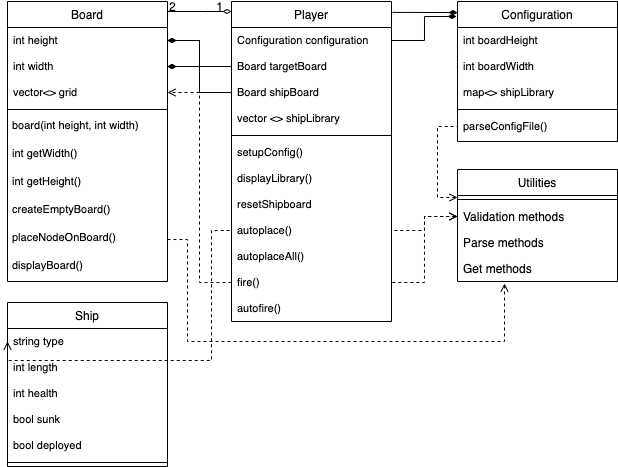
Before: img/uml.png, a diagram exported from draw.io (hada0/warships). Source tidied: cells renumbered, new cells last; positions are measured from the earlier drawing's top-left corner, leaving out a move shared by most shapes. Source of this version:
```xml
<mxGraphModel>
  <root>
    <mxCell id="0" />
    <mxCell id="1" parent="0" />
    <mxCell id="2" value="Board" style="swimlane;fontStyle=0;align=center;verticalAlign=top;horizontal=1;startSize=26;rounded=0;shadow=0;strokeWidth=1;" parent="1" vertex="1">
      <mxGeometry width="160" height="280" as="geometry" />
    </mxCell>
    <mxCell id="3" value="int height" style="text;align=left;verticalAlign=top;spacingLeft=4;spacingRight=4;overflow=hidden;points=[[0,0.5],[1,0.5]];portConstraint=eastwest;fontSize=11;" parent="2" vertex="1">
      <mxGeometry y="26" width="160" height="26" as="geometry" />
    </mxCell>
    <mxCell id="4" value="int width" style="text;align=left;verticalAlign=top;spacingLeft=4;spacingRight=4;overflow=hidden;points=[[0,0.5],[1,0.5]];portConstraint=eastwest;rounded=0;shadow=0;html=0;fontSize=11;" parent="2" vertex="1">
      <mxGeometry y="52" width="160" height="26" as="geometry" />
    </mxCell>
    <mxCell id="5" value="vector&lt;&gt; grid" style="text;align=left;verticalAlign=top;spacingLeft=4;spacingRight=4;overflow=hidden;points=[[0,0.5],[1,0.5]];portConstraint=eastwest;rounded=0;shadow=0;html=0;fontSize=11;" parent="2" vertex="1">
      <mxGeometry y="78" width="160" height="26" as="geometry" />
    </mxCell>
    <mxCell id="6" style="line;html=1;strokeWidth=1;align=left;verticalAlign=middle;spacingTop=-1;spacingLeft=3;spacingRight=3;labelPosition=right;" parent="2" vertex="1">
      <mxGeometry y="104" width="160" height="8" as="geometry" />
    </mxCell>
    <mxCell id="7" value="board(int height, int width)&#10;" style="text;align=left;verticalAlign=top;spacingLeft=4;spacingRight=4;overflow=hidden;spacing=1;fontSize=11;" parent="2" vertex="1">
      <mxGeometry y="112" width="160" height="28" as="geometry" />
    </mxCell>
    <mxCell id="8" value="int getWidth()" style="text;align=left;verticalAlign=top;spacingLeft=4;spacingRight=4;overflow=hidden;spacing=1;fontSize=11;" parent="2" vertex="1">
      <mxGeometry y="140" width="160" height="28" as="geometry" />
    </mxCell>
    <mxCell id="9" value="int getHeight()" style="text;align=left;verticalAlign=top;spacingLeft=4;spacingRight=4;overflow=hidden;spacing=1;fontSize=11;" parent="2" vertex="1">
      <mxGeometry y="168" width="160" height="28" as="geometry" />
    </mxCell>
    <mxCell id="10" value="createEmptyBoard()" style="text;align=left;verticalAlign=top;spacingLeft=4;spacingRight=4;overflow=hidden;spacing=1;fontSize=11;" parent="2" vertex="1">
      <mxGeometry y="196" width="160" height="28" as="geometry" />
    </mxCell>
    <mxCell id="11" value="placeNodeOnBoard()" style="text;align=left;verticalAlign=top;spacingLeft=4;spacingRight=4;overflow=hidden;points=[[0,0.5],[1,0.5]];portConstraint=eastwest;spacing=1;fontSize=11;" parent="2" vertex="1">
      <mxGeometry y="224" width="160" height="28" as="geometry" />
    </mxCell>
    <mxCell id="12" value="displayBoard()" style="text;align=left;verticalAlign=top;spacingLeft=4;spacingRight=4;overflow=hidden;spacing=1;fontSize=11;" parent="2" vertex="1">
      <mxGeometry y="252" width="160" height="28" as="geometry" />
    </mxCell>
    <mxCell id="13" style="edgeStyle=orthogonalEdgeStyle;rounded=0;jettySize=auto;html=1;exitX=0;exitY=0.25;exitDx=0;exitDy=0;entryX=0;entryY=0.5;entryDx=0;entryDy=0;endArrow=none;endFill=0;fontSize=11;startArrow=open;startFill=0;dashed=1;" parent="1" edge="1" source="14" target="40">
      <mxGeometry relative="1" as="geometry" />
    </mxCell>
    <mxCell id="14" value="Utilities" style="swimlane;fontStyle=0;align=center;verticalAlign=top;horizontal=1;startSize=26;rounded=0;shadow=0;strokeWidth=1;" parent="1" vertex="1">
      <mxGeometry x="450" y="168" width="160" height="112" as="geometry" />
    </mxCell>
    <mxCell id="15" style="line;html=1;strokeWidth=1;align=left;verticalAlign=middle;spacingTop=-1;spacingLeft=3;spacingRight=3;labelPosition=right;" parent="14" vertex="1">
      <mxGeometry y="26" width="160" height="8" as="geometry" />
    </mxCell>
    <mxCell id="16" value="Validation methods" style="text;align=left;verticalAlign=top;spacingLeft=4;spacingRight=4;overflow=hidden;points=[[0,0.5],[1,0.5]];portConstraint=eastwest;fontStyle=0;" parent="14" vertex="1">
      <mxGeometry y="34" width="160" height="26" as="geometry" />
    </mxCell>
    <mxCell id="17" value="Parse methods&#10;" style="text;align=left;verticalAlign=top;spacingLeft=4;spacingRight=4;overflow=hidden;" parent="14" vertex="1">
      <mxGeometry y="60" width="160" height="26" as="geometry" />
    </mxCell>
    <mxCell id="18" value="Get methods" style="text;align=left;verticalAlign=top;spacingLeft=4;spacingRight=4;overflow=hidden;points=[[0,0.5],[1,0.5]];portConstraint=eastwest;" parent="14" vertex="1">
      <mxGeometry y="86" width="160" height="26" as="geometry" />
    </mxCell>
    <mxCell id="19" value="Player" style="swimlane;fontStyle=0;align=center;verticalAlign=top;horizontal=1;startSize=26;rounded=0;shadow=0;strokeWidth=1;" parent="1" vertex="1">
      <mxGeometry x="224" width="160" height="320" as="geometry" />
    </mxCell>
    <mxCell id="20" value="Configuration configuration" style="text;align=left;verticalAlign=top;spacingLeft=4;spacingRight=4;overflow=hidden;points=[[0,0.5],[1,0.5]];portConstraint=eastwest;fontSize=11;" parent="19" vertex="1">
      <mxGeometry y="26" width="160" height="26" as="geometry" />
    </mxCell>
    <mxCell id="21" value="Board targetBoard" style="text;align=left;verticalAlign=top;spacingLeft=4;spacingRight=4;overflow=hidden;points=[[0,0.5],[1,0.5]];portConstraint=eastwest;rounded=0;shadow=0;html=0;fontSize=11;" parent="19" vertex="1">
      <mxGeometry y="52" width="160" height="26" as="geometry" />
    </mxCell>
    <mxCell id="22" value="Board shipBoard&#10;" style="text;align=left;verticalAlign=top;spacingLeft=4;spacingRight=4;overflow=hidden;points=[[0,0.5],[1,0.5]];portConstraint=eastwest;rounded=0;shadow=0;html=0;fontSize=11;" parent="19" vertex="1">
      <mxGeometry y="78" width="160" height="26" as="geometry" />
    </mxCell>
    <mxCell id="23" value="vector &lt;&gt; shipLibrary" style="text;align=left;verticalAlign=top;spacingLeft=4;spacingRight=4;overflow=hidden;rounded=0;shadow=0;html=0;fontSize=11;" parent="19" vertex="1">
      <mxGeometry y="104" width="160" height="26" as="geometry" />
    </mxCell>
    <mxCell id="24" style="line;html=1;strokeWidth=1;align=left;verticalAlign=middle;spacingTop=-1;spacingLeft=3;spacingRight=3;labelPosition=right;" parent="19" vertex="1">
      <mxGeometry y="130" width="160" height="8" as="geometry" />
    </mxCell>
    <mxCell id="25" value="setupConfig()" style="text;align=left;verticalAlign=top;spacingLeft=4;spacingRight=4;overflow=hidden;fontSize=11;" parent="19" vertex="1">
      <mxGeometry y="138" width="160" height="26" as="geometry" />
    </mxCell>
    <mxCell id="26" value="displayLibrary()" style="text;align=left;verticalAlign=top;spacingLeft=4;spacingRight=4;overflow=hidden;fontSize=11;" parent="19" vertex="1">
      <mxGeometry y="164" width="160" height="26" as="geometry" />
    </mxCell>
    <mxCell id="27" value="resetShipboard" style="text;align=left;verticalAlign=top;spacingLeft=4;spacingRight=4;overflow=hidden;fontSize=11;" parent="19" vertex="1">
      <mxGeometry y="190" width="160" height="26" as="geometry" />
    </mxCell>
    <mxCell id="28" value="autoplace()" style="text;align=left;verticalAlign=top;spacingLeft=4;spacingRight=4;overflow=hidden;points=[[0,0.5],[1,0.5]];portConstraint=eastwest;fontSize=11;" parent="19" vertex="1">
      <mxGeometry y="216" width="160" height="26" as="geometry" />
    </mxCell>
    <mxCell id="29" value="autoplaceAll()" style="text;align=left;verticalAlign=top;spacingLeft=4;spacingRight=4;overflow=hidden;fontSize=11;" parent="19" vertex="1">
      <mxGeometry y="242" width="160" height="26" as="geometry" />
    </mxCell>
    <mxCell id="30" value="fire()" style="text;align=left;verticalAlign=top;spacingLeft=4;spacingRight=4;overflow=hidden;points=[[0,0.5],[1,0.5]];portConstraint=eastwest;fontSize=11;" parent="19" vertex="1">
      <mxGeometry y="268" width="160" height="26" as="geometry" />
    </mxCell>
    <mxCell id="31" value="autofire()" style="text;align=left;verticalAlign=top;spacingLeft=4;spacingRight=4;overflow=hidden;fontSize=11;" parent="19" vertex="1">
      <mxGeometry y="294" width="160" height="26" as="geometry" />
    </mxCell>
    <mxCell id="32" style="endArrow=diamondThin;shadow=0;strokeWidth=1;rounded=0;endFill=0;edgeStyle=elbowEdgeStyle;elbow=vertical;" parent="1" edge="1" source="2" target="19">
      <mxGeometry x="0.5" y="41" relative="1" as="geometry">
        <Array as="points">
          <mxPoint x="200" y="10" />
          <mxPoint x="230" y="20" />
          <mxPoint x="280" y="108" />
          <mxPoint x="270" y="70" />
        </Array>
        <mxPoint x="-40" y="32" as="offset" />
      </mxGeometry>
    </mxCell>
    <mxCell id="33" value="2" style="align=left;verticalAlign=bottom;labelBackgroundColor=none;fontSize=12;" parent="32" vertex="1">
      <mxGeometry x="-1" relative="1" as="geometry">
        <mxPoint y="4" as="offset" />
      </mxGeometry>
    </mxCell>
    <mxCell id="34" value="1" style="align=right;verticalAlign=bottom;labelBackgroundColor=none;fontSize=12;" parent="32" vertex="1">
      <mxGeometry x="1" relative="1" as="geometry">
        <mxPoint x="-7" y="4" as="offset" />
      </mxGeometry>
    </mxCell>
    <mxCell id="35" value="Configuration" style="swimlane;fontStyle=0;align=center;verticalAlign=top;horizontal=1;startSize=26;rounded=0;shadow=0;strokeWidth=1;" parent="1" vertex="1">
      <mxGeometry x="450" width="160" height="140" as="geometry" />
    </mxCell>
    <mxCell id="36" value="int boardHeight" style="text;align=left;verticalAlign=top;spacingLeft=4;spacingRight=4;overflow=hidden;fontSize=11;" parent="35" vertex="1">
      <mxGeometry y="26" width="160" height="26" as="geometry" />
    </mxCell>
    <mxCell id="37" value="int boardWidth" style="text;align=left;verticalAlign=top;spacingLeft=4;spacingRight=4;overflow=hidden;rounded=0;shadow=0;html=0;fontSize=11;" parent="35" vertex="1">
      <mxGeometry y="52" width="160" height="26" as="geometry" />
    </mxCell>
    <mxCell id="38" value="map&lt;&gt; shipLibrary" style="text;align=left;verticalAlign=top;spacingLeft=4;spacingRight=4;overflow=hidden;rounded=0;shadow=0;html=0;fontSize=11;" parent="35" vertex="1">
      <mxGeometry y="78" width="160" height="26" as="geometry" />
    </mxCell>
    <mxCell id="39" style="line;html=1;strokeWidth=1;align=left;verticalAlign=middle;spacingTop=-1;spacingLeft=3;spacingRight=3;labelPosition=right;" parent="35" vertex="1">
      <mxGeometry y="104" width="160" height="8" as="geometry" />
    </mxCell>
    <mxCell id="40" value="parseConfigFile()" style="text;align=left;verticalAlign=top;spacingLeft=4;spacingRight=4;overflow=hidden;points=[[0,0.5],[1,0.5]];portConstraint=eastwest;fontSize=11;" parent="35" vertex="1">
      <mxGeometry y="112" width="160" height="26" as="geometry" />
    </mxCell>
    <mxCell id="41" style="endArrow=diamondThin;html=1;fontSize=11;exitX=1.006;exitY=0.034;exitDx=0;exitDy=0;exitPerimeter=0;entryX=0;entryY=0.079;entryDx=0;entryDy=0;entryPerimeter=0;endFill=1;" parent="1" edge="1" source="19" target="35">
      <mxGeometry relative="1" as="geometry" />
    </mxCell>
    <mxCell id="42" style="edgeStyle=orthogonalEdgeStyle;rounded=0;jettySize=auto;html=1;exitX=0;exitY=0.5;exitDx=0;exitDy=0;entryX=1;entryY=0.5;entryDx=0;entryDy=0;endArrow=diamondThin;endFill=1;fontSize=11;" parent="1" edge="1" source="21" target="3">
      <mxGeometry relative="1" as="geometry" />
    </mxCell>
    <mxCell id="43" style="edgeStyle=orthogonalEdgeStyle;rounded=0;jettySize=auto;html=1;exitX=0;exitY=0.5;exitDx=0;exitDy=0;entryX=1;entryY=0.5;entryDx=0;entryDy=0;endArrow=diamondThin;endFill=1;fontSize=11;" parent="1" edge="1" source="21" target="4">
      <mxGeometry relative="1" as="geometry" />
    </mxCell>
    <mxCell id="44" style="edgeStyle=orthogonalEdgeStyle;rounded=0;jettySize=auto;html=1;exitX=0;exitY=0.5;exitDx=0;exitDy=0;entryX=1;entryY=0.5;entryDx=0;entryDy=0;endArrow=diamondThin;endFill=1;fontSize=11;" parent="1" edge="1" source="22" target="3">
      <mxGeometry relative="1" as="geometry" />
    </mxCell>
    <mxCell id="45" style="edgeStyle=orthogonalEdgeStyle;rounded=0;jettySize=auto;html=1;exitX=0;exitY=0.5;exitDx=0;exitDy=0;entryX=1;entryY=0.5;entryDx=0;entryDy=0;endArrow=diamondThin;endFill=1;fontSize=11;" parent="1" edge="1" source="22" target="4">
      <mxGeometry relative="1" as="geometry" />
    </mxCell>
    <mxCell id="46" value="Ship" style="swimlane;fontStyle=0;align=center;verticalAlign=top;horizontal=1;startSize=26;rounded=0;shadow=0;strokeWidth=1;" parent="1" vertex="1">
      <mxGeometry y="301" width="160" height="164" as="geometry" />
    </mxCell>
    <mxCell id="47" value="string type" style="text;align=left;verticalAlign=top;spacingLeft=4;spacingRight=4;overflow=hidden;points=[[0,0.5],[1,0.5]];portConstraint=eastwest;fontSize=11;" parent="46" vertex="1">
      <mxGeometry y="26" width="160" height="26" as="geometry" />
    </mxCell>
    <mxCell id="48" value="int length" style="text;align=left;verticalAlign=top;spacingLeft=4;spacingRight=4;overflow=hidden;rounded=0;shadow=0;html=0;fontSize=11;" parent="46" vertex="1">
      <mxGeometry y="52" width="160" height="26" as="geometry" />
    </mxCell>
    <mxCell id="49" value="int health" style="text;align=left;verticalAlign=top;spacingLeft=4;spacingRight=4;overflow=hidden;rounded=0;shadow=0;html=0;fontSize=11;" parent="46" vertex="1">
      <mxGeometry y="78" width="160" height="26" as="geometry" />
    </mxCell>
    <mxCell id="50" value="bool sunk" style="text;align=left;verticalAlign=top;spacingLeft=4;spacingRight=4;overflow=hidden;rounded=0;shadow=0;html=0;fontSize=11;" parent="46" vertex="1">
      <mxGeometry y="104" width="160" height="26" as="geometry" />
    </mxCell>
    <mxCell id="51" value="bool deployed" style="text;align=left;verticalAlign=top;spacingLeft=4;spacingRight=4;overflow=hidden;rounded=0;shadow=0;html=0;fontSize=11;" parent="46" vertex="1">
      <mxGeometry y="130" width="160" height="26" as="geometry" />
    </mxCell>
    <mxCell id="52" style="line;html=1;strokeWidth=1;align=left;verticalAlign=middle;spacingTop=-1;spacingLeft=3;spacingRight=3;labelPosition=right;" parent="46" vertex="1">
      <mxGeometry y="156" width="160" height="8" as="geometry" />
    </mxCell>
    <mxCell id="53" style="edgeStyle=orthogonalEdgeStyle;rounded=0;jettySize=auto;html=1;exitX=0;exitY=0.5;exitDx=0;exitDy=0;entryX=1;entryY=0.5;entryDx=0;entryDy=0;dashed=1;startArrow=open;startFill=0;endArrow=none;endFill=0;fontSize=11;" parent="1" edge="1" source="16" target="28">
      <mxGeometry relative="1" as="geometry" />
    </mxCell>
    <mxCell id="54" style="edgeStyle=orthogonalEdgeStyle;rounded=0;jettySize=auto;html=1;exitX=0;exitY=0.5;exitDx=0;exitDy=0;entryX=1;entryY=0.5;entryDx=0;entryDy=0;dashed=1;startArrow=open;startFill=0;endArrow=none;endFill=0;fontSize=11;" parent="1" edge="1" source="16" target="30">
      <mxGeometry relative="1" as="geometry" />
    </mxCell>
    <mxCell id="55" style="edgeStyle=orthogonalEdgeStyle;rounded=0;jettySize=auto;html=1;exitX=0;exitY=0.5;exitDx=0;exitDy=0;entryX=0;entryY=0.5;entryDx=0;entryDy=0;dashed=1;startArrow=open;startFill=0;endArrow=none;endFill=0;fontSize=11;" parent="1" edge="1" source="47" target="28">
      <mxGeometry relative="1" as="geometry">
        <Array as="points">
          <mxPoint x="204" y="359" />
          <mxPoint x="204" y="229" />
        </Array>
      </mxGeometry>
    </mxCell>
    <mxCell id="56" style="edgeStyle=orthogonalEdgeStyle;rounded=0;jettySize=auto;html=1;exitX=0;exitY=0.5;exitDx=0;exitDy=0;entryX=1;entryY=0.5;entryDx=0;entryDy=0;dashed=1;startArrow=none;startFill=0;endArrow=open;endFill=0;fontSize=11;" parent="1" edge="1" source="30" target="5">
      <mxGeometry relative="1" as="geometry" />
    </mxCell>
    <mxCell id="57" style="edgeStyle=orthogonalEdgeStyle;rounded=0;jettySize=auto;html=1;exitX=1;exitY=0.5;exitDx=0;exitDy=0;entryX=0.294;entryY=1.077;entryDx=0;entryDy=0;entryPerimeter=0;dashed=1;startArrow=none;startFill=0;endArrow=open;endFill=0;fontSize=11;" parent="1" edge="1" source="11" target="18">
      <mxGeometry relative="1" as="geometry">
        <Array as="points">
          <mxPoint x="180" y="238" />
          <mxPoint x="180" y="340" />
          <mxPoint x="497" y="340" />
        </Array>
      </mxGeometry>
    </mxCell>
    <mxCell id="58" style="edgeStyle=orthogonalEdgeStyle;rounded=0;jettySize=auto;html=1;exitX=1;exitY=0.5;exitDx=0;exitDy=0;entryX=-0.006;entryY=0.107;entryDx=0;entryDy=0;entryPerimeter=0;startArrow=none;startFill=0;endArrow=diamondThin;endFill=1;fontSize=11;" parent="1" edge="1" source="20" target="35">
      <mxGeometry relative="1" as="geometry" />
    </mxCell>
  </root>
</mxGraphModel>
```
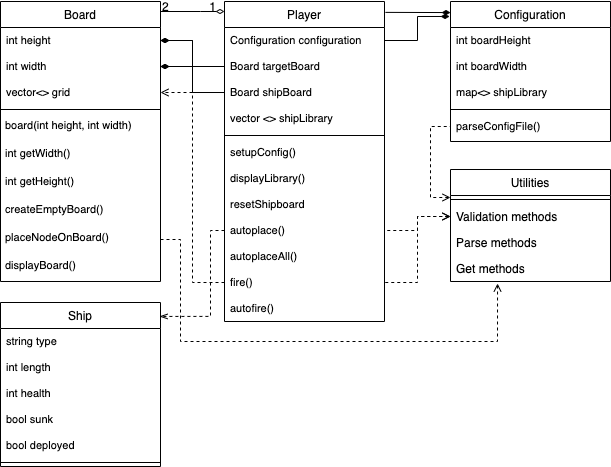
The same file after the commit.

Diff of the diagram source:
```diff
@@ -173,14 +173,6 @@
     <mxCell id="54" style="edgeStyle=orthogonalEdgeStyle;rounded=0;jettySize=auto;html=1;exitX=0;exitY=0.5;exitDx=0;exitDy=0;entryX=1;entryY=0.5;entryDx=0;entryDy=0;dashed=1;startArrow=open;startFill=0;endArrow=none;endFill=0;fontSize=11;" parent="1" edge="1" source="16" target="30">
       <mxGeometry relative="1" as="geometry" />
     </mxCell>
-    <mxCell id="55" style="edgeStyle=orthogonalEdgeStyle;rounded=0;jettySize=auto;html=1;exitX=0;exitY=0.5;exitDx=0;exitDy=0;entryX=0;entryY=0.5;entryDx=0;entryDy=0;dashed=1;startArrow=open;startFill=0;endArrow=none;endFill=0;fontSize=11;" parent="1" edge="1" source="47" target="28">
-      <mxGeometry relative="1" as="geometry">
-        <Array as="points">
-          <mxPoint x="204" y="359" />
-          <mxPoint x="204" y="229" />
-        </Array>
-      </mxGeometry>
-    </mxCell>
     <mxCell id="56" style="edgeStyle=orthogonalEdgeStyle;rounded=0;jettySize=auto;html=1;exitX=0;exitY=0.5;exitDx=0;exitDy=0;entryX=1;entryY=0.5;entryDx=0;entryDy=0;dashed=1;startArrow=none;startFill=0;endArrow=open;endFill=0;fontSize=11;" parent="1" edge="1" source="30" target="5">
       <mxGeometry relative="1" as="geometry" />
     </mxCell>
@@ -196,5 +188,13 @@
     <mxCell id="58" style="edgeStyle=orthogonalEdgeStyle;rounded=0;jettySize=auto;html=1;exitX=1;exitY=0.5;exitDx=0;exitDy=0;entryX=-0.006;entryY=0.107;entryDx=0;entryDy=0;entryPerimeter=0;startArrow=none;startFill=0;endArrow=diamondThin;endFill=1;fontSize=11;" parent="1" edge="1" source="20" target="35">
       <mxGeometry relative="1" as="geometry" />
     </mxCell>
+    <mxCell id="59" style="edgeStyle=orthogonalEdgeStyle;rounded=0;jettySize=auto;html=1;exitX=0;exitY=0.5;exitDx=0;exitDy=0;entryX=0.994;entryY=0.085;entryDx=0;entryDy=0;entryPerimeter=0;startArrow=none;startFill=0;endArrow=openThin;endFill=0;fontSize=11;dashed=1;" parent="1" edge="1" source="28" target="46">
+      <mxGeometry relative="1" as="geometry">
+        <Array as="points">
+          <mxPoint x="210" y="229" />
+          <mxPoint x="210" y="315" />
+        </Array>
+      </mxGeometry>
+    </mxCell>
   </root>
 </mxGraphModel>
```
